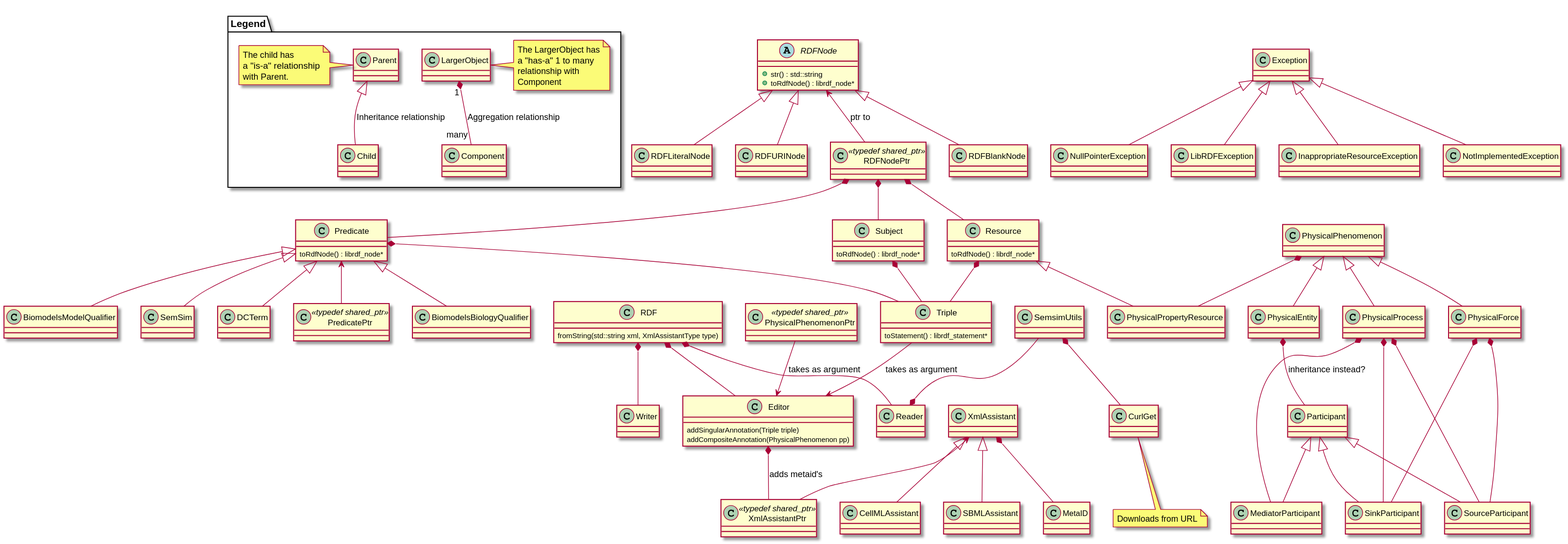
Before: Design/CiaransDesignUpdatedObjectNamesOnly27_04_2020.svg, a diagram exported from PlantUML (sys-bio/libOmexMeta).
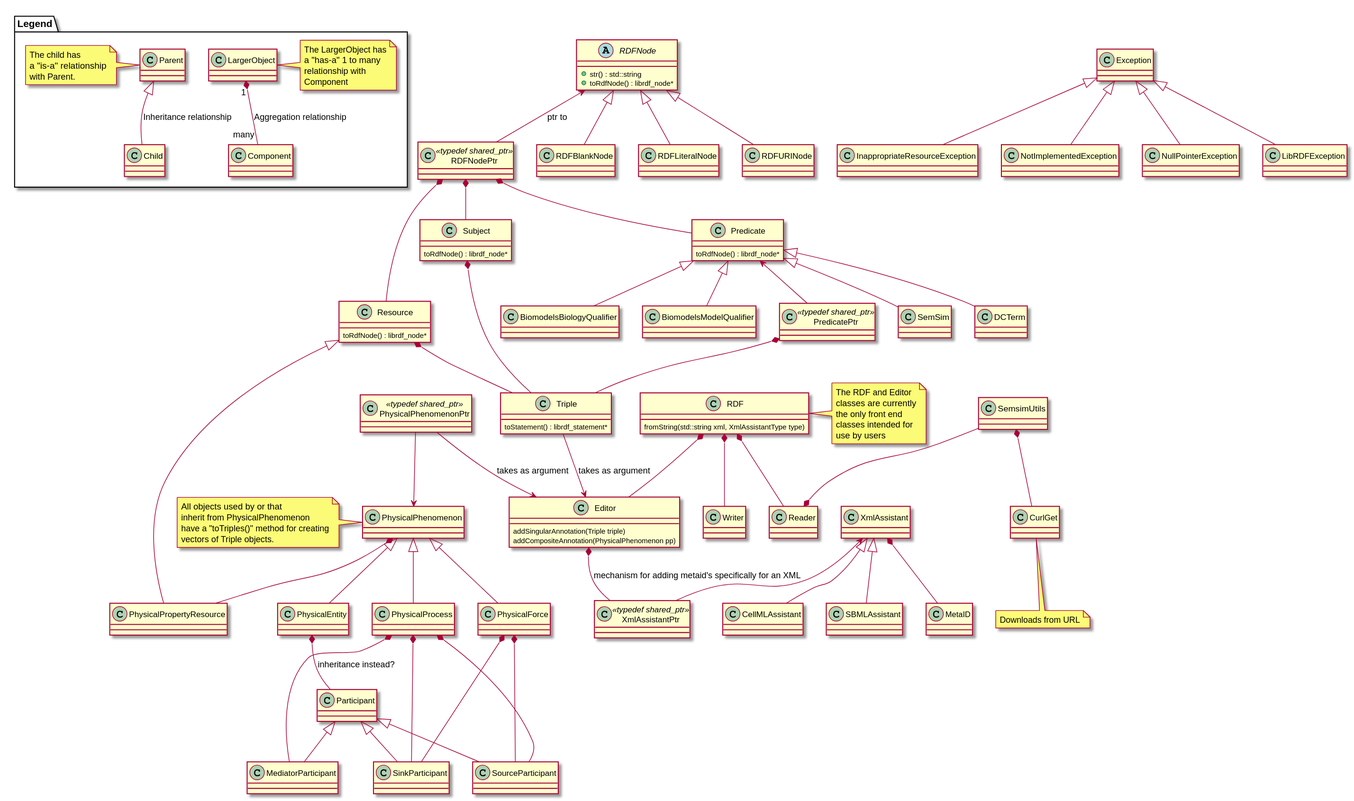
After the commit.

Diff of the diagram source:
```diff
@@ -42,6 +42,11 @@
         class MetaID
         class CellMLAssistant
         class SBMLAssistant
+    }
+
+    together {
+        class PhysicalPhenomenon
+        class PhysicalPhenomenonPtr
     }
 
 
@@ -152,7 +157,7 @@
     RDFNode <-- RDFNodePtr : ptr to
 
      Subject	 *-- Triple
-     Predicate	 *-- Triple
+     PredicatePtr *-- Triple
      Resource	 *-- Triple
 
      RDFNodePtr	 *-- Subject
@@ -199,13 +204,15 @@
     end note
 
     PhysicalPhenomenon *-- PhysicalPropertyResource
+    PhysicalPhenomenonPtr -->  PhysicalPhenomenon
+
     PhysicalPhenomenonPtr --> Editor : takes as argument
     Triple --> Editor : takes as argument
 
     XmlAssistant <|-- SBMLAssistant
     XmlAssistant <|-- CellMLAssistant
     XmlAssistant <-- XmlAssistantPtr
-    Editor *-- XmlAssistantPtr : adds metaid's
+    Editor *-- XmlAssistantPtr : mechanism for adding metaid's specifically for an XML
 
     MetaID --* XmlAssistant
 
@@ -215,6 +222,22 @@
     Exception <|-- LibRDFException
 
 
+    note left of PhysicalPhenomenon {
+        All objects used by or that
+        inherit from PhysicalPhenomenon
+        have a "toTriples()" method for creating
+        vectors of Triple objects.
+    }
+
+     note right of RDF  {
+        The RDF and Editor
+        classes are currently
+        the only front end
+        classes intended for
+        use by users
+        }
+
+
 
 
 
```
